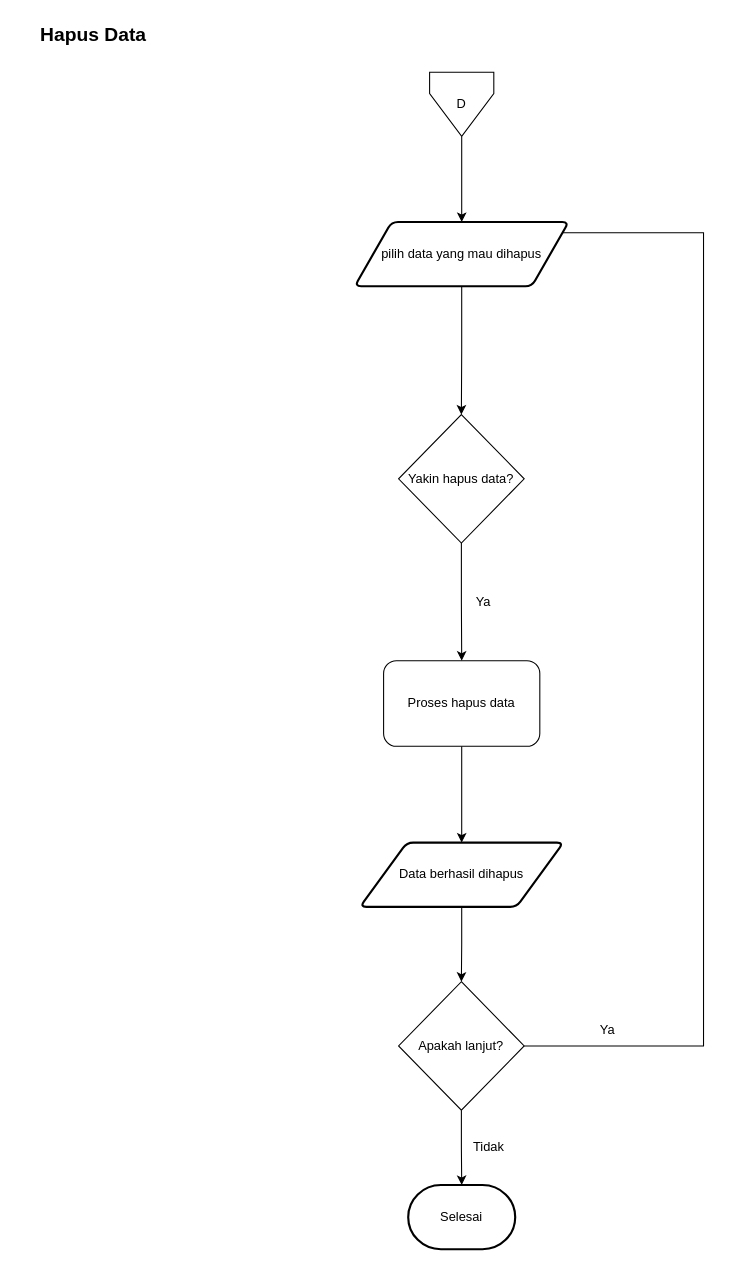
Before: flowchart/drawio/delete_data.drawio in samuelsemaya/data-karyawan-perusahaan, a draw.io diagram. Source tidied: cells renumbered, new cells numbered last; positions are measured from the earlier drawing's top-left corner, leaving out a move shared by most shapes. Both pictures are drawn from the tidied source at 107%, with x=0, y=0 at pixel (18, 18).
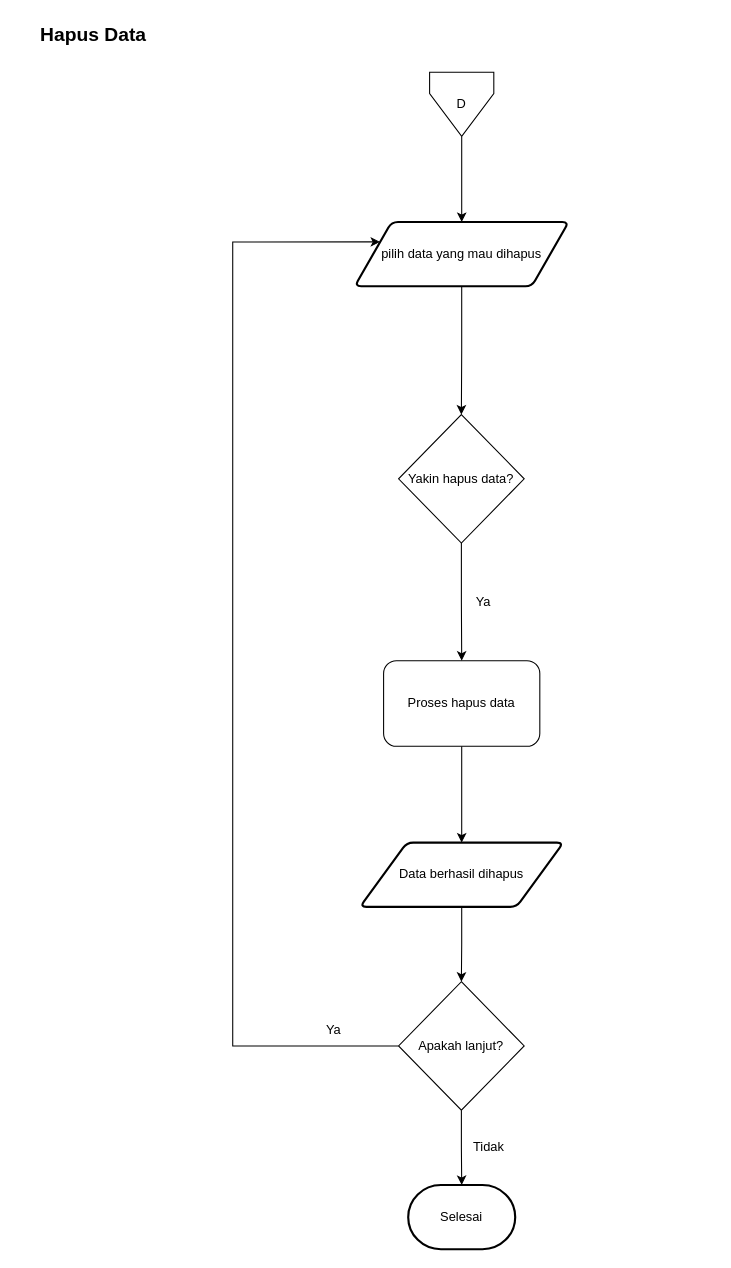
The same page after the edit.

The change refers to these unchanged cells:
```xml
<mxCell id="8" value="Apakah lanjut?" style="rhombus;whiteSpace=wrap;html=1;" parent="1" vertex="1">
  <mxGeometry x="355" y="900" width="117.4" height="120" as="geometry" />
</mxCell>
<mxCell id="16" value="pilih data yang mau dihapus" style="shape=parallelogram;html=1;strokeWidth=2;perimeter=parallelogramPerimeter;whiteSpace=wrap;rounded=1;arcSize=12;size=0.17250000000000001;" parent="1" vertex="1">
  <mxGeometry x="314" y="190" width="200" height="60" as="geometry" />
</mxCell>
```

Change to the diagram source:
```diff
@@
-    <mxCell id="7" style="edgeStyle=orthogonalEdgeStyle;rounded=0;jettySize=auto;html=1;exitX=1;exitY=0.5;exitDx=0;exitDy=0;entryX=1;entryY=0.5;entryDx=0;entryDy=0;" parent="1" edge="1" source="8">
-      <mxGeometry relative="1" as="geometry">
-        <mxPoint x="497.1" y="200" as="targetPoint" />
-        <Array as="points">
-          <mxPoint x="640" y="960" />
-          <mxPoint x="640" y="200" />
-        </Array>
-      </mxGeometry>
-    </mxCell>
+    <mxCell id="20" style="edgeStyle=orthogonalEdgeStyle;rounded=0;jettySize=auto;html=1;exitX=0;exitY=0.5;exitDx=0;exitDy=0;entryX=0;entryY=0.25;entryDx=0;entryDy=0;" parent="1" edge="1" source="8" target="16">
+      <mxGeometry relative="1" as="geometry">
+        <Array as="points">
+          <mxPoint x="200" y="960" />
+          <mxPoint x="200" y="209" />
+        </Array>
+      </mxGeometry>
+    </mxCell>
@@
     <mxCell id="19" value="Ya" style="text;html=1;align=center;verticalAlign=middle;strokeColor=none;fillColor=none;" parent="1" vertex="1">
-      <mxGeometry x="530" y="930" width="40" height="30" as="geometry" />
+      <mxGeometry x="274" y="930" width="40" height="30" as="geometry" />
     </mxCell>
```
